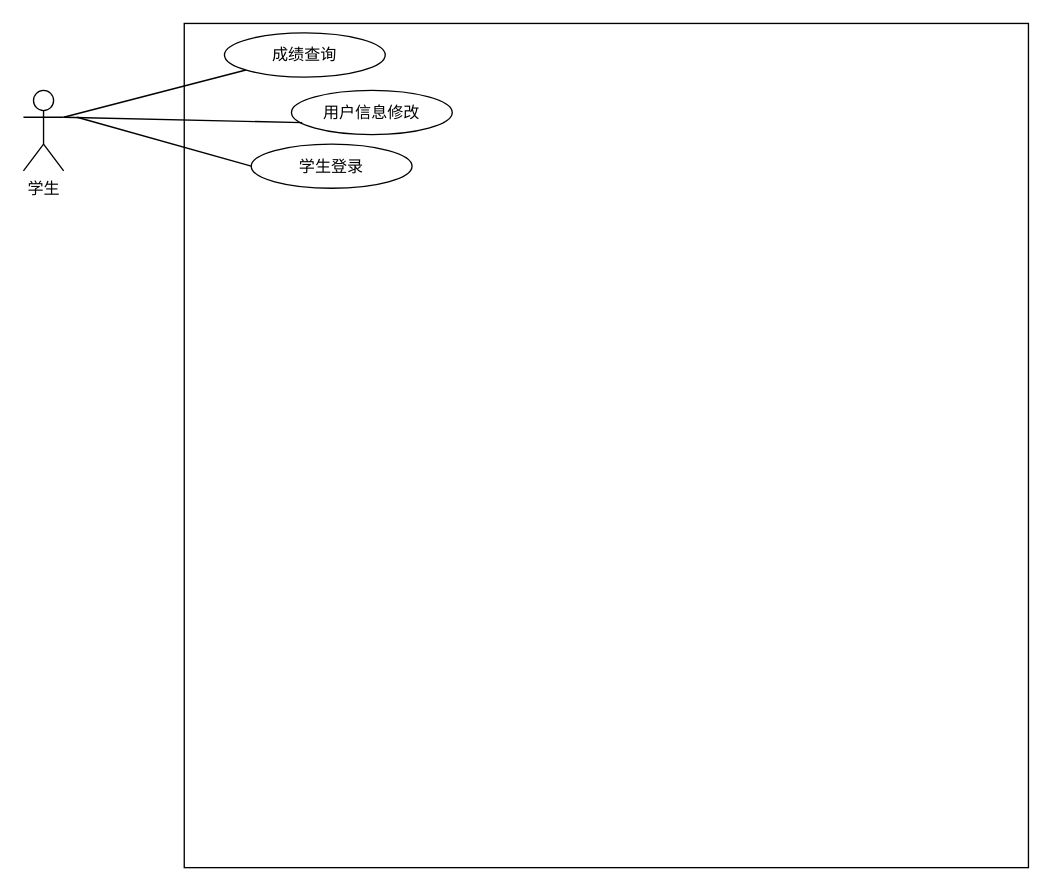
This is 学位-成绩管理系统.drawio from creazy412/none, a draw.io file, before an edit. Source tidied: cells renumbered, new cells numbered last; positions are measured from the earlier drawing's top-left corner, leaving out a move shared by most shapes. Both pictures are drawn from the tidied source at 134%, with x=0, y=0 at pixel (23, 23).
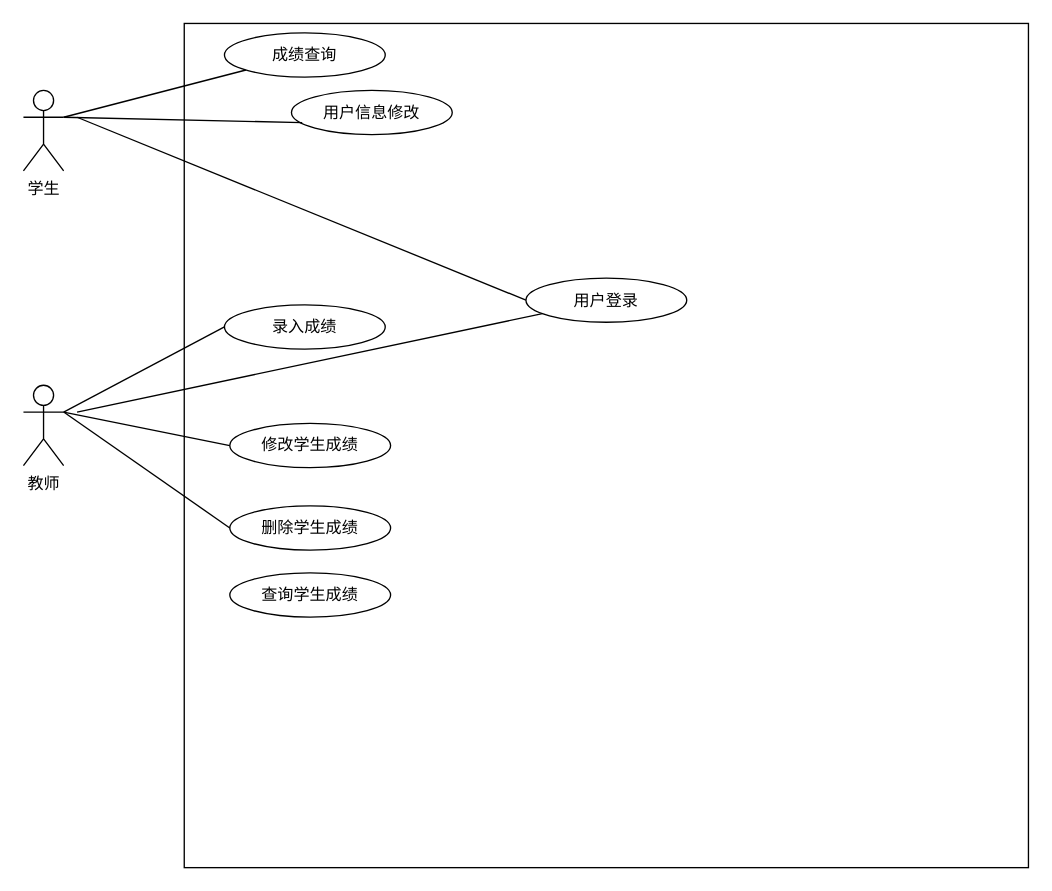
The same page after the edit.

Commit message (it also covers changes not shown here):
更新学位-成绩管理系统.drawio

Change to the diagram source:
```diff
@@
-    <mxCell id="7" value="学生登录" style="ellipse;whiteSpace=wrap;html=1;" parent="1" vertex="1">
-      <mxGeometry x="170" y="90" width="120" height="33" as="geometry" />
+    <mxCell id="7" value="用户登录" style="ellipse;whiteSpace=wrap;html=1;" parent="1" vertex="1">
+      <mxGeometry x="375" y="190" width="120" height="33" as="geometry" />
     </mxCell>
@@
+    <mxCell id="10" value="教师" style="shape=umlActor;verticalLabelPosition=bottom;verticalAlign=top;html=1;outlineConnect=0;" parent="1" vertex="1">
+      <mxGeometry y="270" width="30" height="60" as="geometry" />
+    </mxCell>
+    <mxCell id="11" value="录入成绩" style="ellipse;whiteSpace=wrap;html=1;" parent="1" vertex="1">
+      <mxGeometry x="150" y="210" width="120" height="33" as="geometry" />
+    </mxCell>
+    <mxCell id="12" value="修改学生成绩" style="ellipse;whiteSpace=wrap;html=1;" parent="1" vertex="1">
+      <mxGeometry x="154" y="298.5" width="120" height="33" as="geometry" />
+    </mxCell>
+    <mxCell id="13" value="删除学生成绩" style="ellipse;whiteSpace=wrap;html=1;" parent="1" vertex="1">
+      <mxGeometry x="154" y="360" width="120" height="33" as="geometry" />
+    </mxCell>
+    <mxCell id="14" style="endArrow=none;html=1;rounded=0;exitX=1;exitY=0.3333333333333333;exitDx=0;exitDy=0;exitPerimeter=0;entryX=0;entryY=0.5;entryDx=0;entryDy=0;" parent="1" edge="1" source="10" target="11">
+      <mxGeometry relative="1" as="geometry" />
+    </mxCell>
+    <mxCell id="15" style="endArrow=none;html=1;rounded=0;entryX=0;entryY=0.5;entryDx=0;entryDy=0;" parent="1" edge="1" target="12">
+      <mxGeometry relative="1" as="geometry">
+        <mxPoint x="30" y="290" as="sourcePoint" />
+      </mxGeometry>
+    </mxCell>
+    <mxCell id="16" style="endArrow=none;html=1;rounded=0;exitX=1;exitY=0.3333333333333333;exitDx=0;exitDy=0;exitPerimeter=0;entryX=0;entryY=0.5;entryDx=0;entryDy=0;" parent="1" edge="1" source="10" target="13">
+      <mxGeometry relative="1" as="geometry" />
+    </mxCell>
+    <mxCell id="17" style="endArrow=none;html=1;rounded=0;" parent="1" edge="1" target="7">
+      <mxGeometry relative="1" as="geometry">
+        <mxPoint x="40" y="290" as="sourcePoint" />
+      </mxGeometry>
+    </mxCell>
+    <mxCell id="18" value="查询学生成绩" style="ellipse;whiteSpace=wrap;html=1;" parent="1" vertex="1">
+      <mxGeometry x="154" y="410" width="120" height="33" as="geometry" />
+    </mxCell>
```
